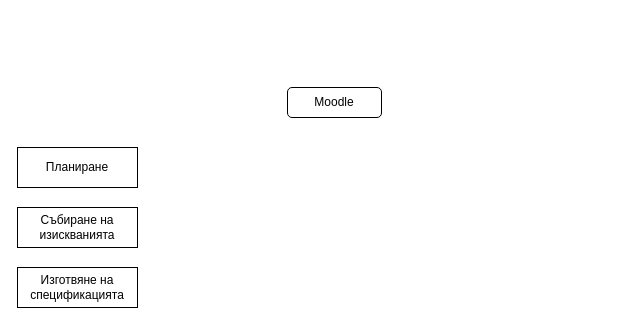
kirilNikolov97/algorithmsAndProgramming keeps this draw.io diagram as Untitled Diagram.drawio. Above is the earlier version. Source tidied: cells renumbered, new cells numbered last; positions are measured from the earlier drawing's top-left corner, leaving out a move shared by most shapes. Both pictures are drawn from the tidied source at 100%, with x=0, y=0 at pixel (17, 87).
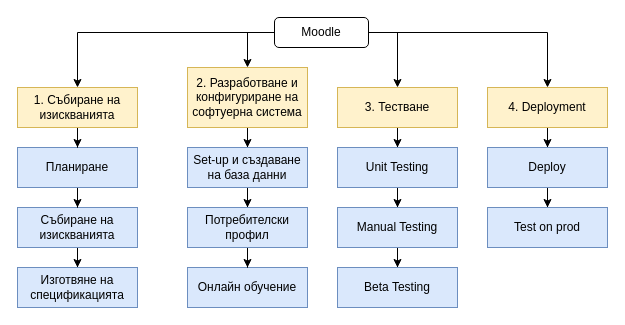
The same page after the edit.

The edit, as a diff of the source:
```diff
@@
+    <mxCell id="6" style="edgeStyle=orthogonalEdgeStyle;rounded=0;jettySize=auto;html=1;entryX=0.5;entryY=0;entryDx=0;entryDy=0;" parent="1" edge="1" source="2" target="13">
+      <mxGeometry relative="1" as="geometry" />
+    </mxCell>
+    <mxCell id="7" style="edgeStyle=orthogonalEdgeStyle;rounded=0;jettySize=auto;html=1;" parent="1" edge="1" source="2" target="22">
+      <mxGeometry relative="1" as="geometry" />
+    </mxCell>
+    <mxCell id="8" style="edgeStyle=orthogonalEdgeStyle;rounded=0;jettySize=auto;html=1;entryX=0.5;entryY=0;entryDx=0;entryDy=0;" parent="1" edge="1" source="2" target="15">
+      <mxGeometry relative="1" as="geometry">
+        <Array as="points">
+          <mxPoint x="230" y="-55" />
+        </Array>
+      </mxGeometry>
+    </mxCell>
+    <mxCell id="9" style="edgeStyle=orthogonalEdgeStyle;rounded=0;jettySize=auto;html=1;entryX=0.5;entryY=0;entryDx=0;entryDy=0;" parent="1" edge="1" source="2" target="27">
+      <mxGeometry relative="1" as="geometry">
+        <Array as="points">
+          <mxPoint x="380" y="-55" />
+        </Array>
+      </mxGeometry>
+    </mxCell>
     <mxCell id="2" value="Moodle" style="rounded=1;whiteSpace=wrap;html=1;" parent="1" vertex="1">
-      <mxGeometry x="270" width="94" height="30" as="geometry" />
+      <mxGeometry x="257" y="-70" width="94" height="30" as="geometry" />
     </mxCell>
+    <mxCell id="10" style="edgeStyle=orthogonalEdgeStyle;rounded=0;jettySize=auto;html=1;" parent="1" edge="1" source="3" target="4">
+      <mxGeometry relative="1" as="geometry" />
+    </mxCell>
-    <mxCell id="3" value="Събиране на изискванията" style="rounded=0;whiteSpace=wrap;html=1;" parent="1" vertex="1">
+    <mxCell id="3" value="Събиране на изискванията" style="rounded=0;whiteSpace=wrap;html=1;fillColor=#dae8fc;strokeColor=#6c8ebf;" parent="1" vertex="1">
       <mxGeometry y="120" width="120" height="40" as="geometry" />
     </mxCell>
-    <mxCell id="4" value="Изготвяне на спецификацията" style="rounded=0;whiteSpace=wrap;html=1;" parent="1" vertex="1">
+    <mxCell id="4" value="Изготвяне на спецификацията" style="rounded=0;whiteSpace=wrap;html=1;fillColor=#dae8fc;strokeColor=#6c8ebf;" parent="1" vertex="1">
       <mxGeometry y="180" width="120" height="40" as="geometry" />
     </mxCell>
+    <mxCell id="11" style="edgeStyle=orthogonalEdgeStyle;rounded=0;jettySize=auto;html=1;" parent="1" edge="1" source="5" target="3">
+      <mxGeometry relative="1" as="geometry" />
+    </mxCell>
-    <mxCell id="5" value="Планиране" style="rounded=0;whiteSpace=wrap;html=1;" parent="1" vertex="1">
+    <mxCell id="5" value="Планиране" style="rounded=0;whiteSpace=wrap;html=1;fillColor=#dae8fc;strokeColor=#6c8ebf;" parent="1" vertex="1">
       <mxGeometry y="60" width="120" height="40" as="geometry" />
     </mxCell>
+    <mxCell id="12" style="edgeStyle=orthogonalEdgeStyle;rounded=0;jettySize=auto;html=1;" parent="1" edge="1" source="13" target="5">
+      <mxGeometry relative="1" as="geometry" />
+    </mxCell>
+    <mxCell id="13" value="1. Събиране на изискванията" style="rounded=0;whiteSpace=wrap;html=1;fillColor=#fff2cc;strokeColor=#d6b656;" parent="1" vertex="1">
+      <mxGeometry width="120" height="40" as="geometry" />
+    </mxCell>
+    <mxCell id="14" style="edgeStyle=orthogonalEdgeStyle;rounded=0;jettySize=auto;html=1;" parent="1" edge="1" source="15" target="17">
+      <mxGeometry relative="1" as="geometry" />
+    </mxCell>
+    <mxCell id="15" value="2. Разработване и конфигуриране на софтуерна система" style="rounded=0;whiteSpace=wrap;html=1;fillColor=#fff2cc;strokeColor=#d6b656;" parent="1" vertex="1">
+      <mxGeometry x="170" y="-20" width="120" height="60" as="geometry" />
+    </mxCell>
+    <mxCell id="16" style="edgeStyle=orthogonalEdgeStyle;rounded=0;jettySize=auto;html=1;" parent="1" edge="1" source="17" target="20">
+      <mxGeometry relative="1" as="geometry" />
+    </mxCell>
+    <mxCell id="17" value="Set-up и създаване на база данни" style="rounded=0;whiteSpace=wrap;html=1;fillColor=#dae8fc;strokeColor=#6c8ebf;" parent="1" vertex="1">
+      <mxGeometry x="170" y="60" width="120" height="40" as="geometry" />
+    </mxCell>
+    <mxCell id="18" value="Онлайн обучение" style="rounded=0;whiteSpace=wrap;html=1;fillColor=#dae8fc;strokeColor=#6c8ebf;" parent="1" vertex="1">
+      <mxGeometry x="170" y="180" width="120" height="40" as="geometry" />
+    </mxCell>
+    <mxCell id="19" style="edgeStyle=orthogonalEdgeStyle;rounded=0;jettySize=auto;html=1;" parent="1" edge="1" source="20" target="18">
+      <mxGeometry relative="1" as="geometry" />
+    </mxCell>
+    <mxCell id="20" value="Потребителски профил" style="rounded=0;whiteSpace=wrap;html=1;fillColor=#dae8fc;strokeColor=#6c8ebf;" parent="1" vertex="1">
+      <mxGeometry x="170" y="120" width="120" height="40" as="geometry" />
+    </mxCell>
+    <mxCell id="21" style="edgeStyle=orthogonalEdgeStyle;rounded=0;jettySize=auto;html=1;entryX=0.5;entryY=0;entryDx=0;entryDy=0;" parent="1" edge="1" source="22" target="24">
+      <mxGeometry relative="1" as="geometry" />
+    </mxCell>
+    <mxCell id="22" value="4. Deployment" style="rounded=0;whiteSpace=wrap;html=1;fillColor=#fff2cc;strokeColor=#d6b656;" parent="1" vertex="1">
+      <mxGeometry x="470" width="120" height="40" as="geometry" />
+    </mxCell>
+    <mxCell id="23" style="edgeStyle=orthogonalEdgeStyle;rounded=0;jettySize=auto;html=1;" parent="1" edge="1" source="24" target="25">
+      <mxGeometry relative="1" as="geometry" />
+    </mxCell>
+    <mxCell id="24" value="Deploy" style="rounded=0;whiteSpace=wrap;html=1;fillColor=#dae8fc;strokeColor=#6c8ebf;" parent="1" vertex="1">
+      <mxGeometry x="470" y="60" width="120" height="40" as="geometry" />
+    </mxCell>
+    <mxCell id="25" value="Test on prod" style="rounded=0;whiteSpace=wrap;html=1;fillColor=#dae8fc;strokeColor=#6c8ebf;" parent="1" vertex="1">
+      <mxGeometry x="470" y="120" width="120" height="40" as="geometry" />
+    </mxCell>
+    <mxCell id="26" style="edgeStyle=orthogonalEdgeStyle;rounded=0;jettySize=auto;html=1;entryX=0.5;entryY=0;entryDx=0;entryDy=0;" parent="1" edge="1" source="27" target="29">
+      <mxGeometry relative="1" as="geometry" />
+    </mxCell>
+    <mxCell id="27" value="3. Тестване" style="rounded=0;whiteSpace=wrap;html=1;fillColor=#fff2cc;strokeColor=#d6b656;" parent="1" vertex="1">
+      <mxGeometry x="320" width="120" height="40" as="geometry" />
+    </mxCell>
+    <mxCell id="28" style="edgeStyle=orthogonalEdgeStyle;rounded=0;jettySize=auto;html=1;" parent="1" edge="1" source="29" target="31">
+      <mxGeometry relative="1" as="geometry" />
+    </mxCell>
+    <mxCell id="29" value="Unit Testing" style="rounded=0;whiteSpace=wrap;html=1;fillColor=#dae8fc;strokeColor=#6c8ebf;" parent="1" vertex="1">
+      <mxGeometry x="320" y="60" width="120" height="40" as="geometry" />
+    </mxCell>
+    <mxCell id="30" style="edgeStyle=orthogonalEdgeStyle;rounded=0;jettySize=auto;html=1;" parent="1" edge="1" source="31" target="32">
+      <mxGeometry relative="1" as="geometry" />
+    </mxCell>
+    <mxCell id="31" value="Manual Testing" style="rounded=0;whiteSpace=wrap;html=1;fillColor=#dae8fc;strokeColor=#6c8ebf;" parent="1" vertex="1">
+      <mxGeometry x="320" y="120" width="120" height="40" as="geometry" />
+    </mxCell>
+    <mxCell id="32" value="Beta Testing" style="rounded=0;whiteSpace=wrap;html=1;fillColor=#dae8fc;strokeColor=#6c8ebf;" parent="1" vertex="1">
+      <mxGeometry x="320" y="180" width="120" height="40" as="geometry" />
+    </mxCell>
```
